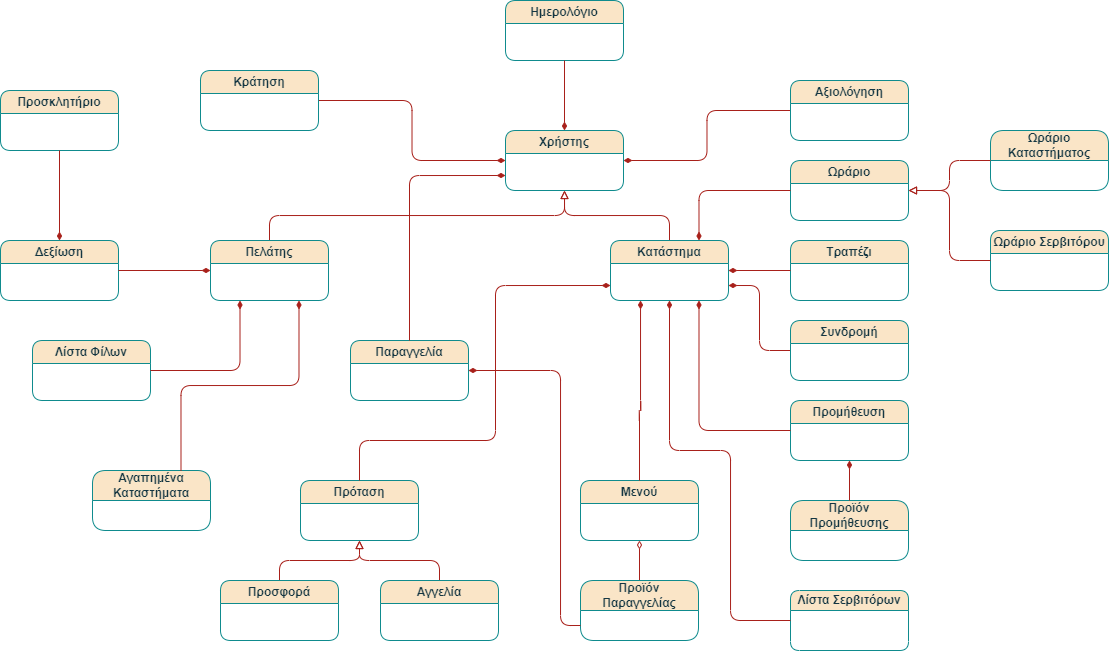
Before: documents/contributions/Domain_model_reasy.png, a diagram exported from draw.io (Mpooks/reasy). Source tidied: cells renumbered, new cells last; positions are measured from the earlier drawing's top-left corner, leaving out a move shared by most shapes.
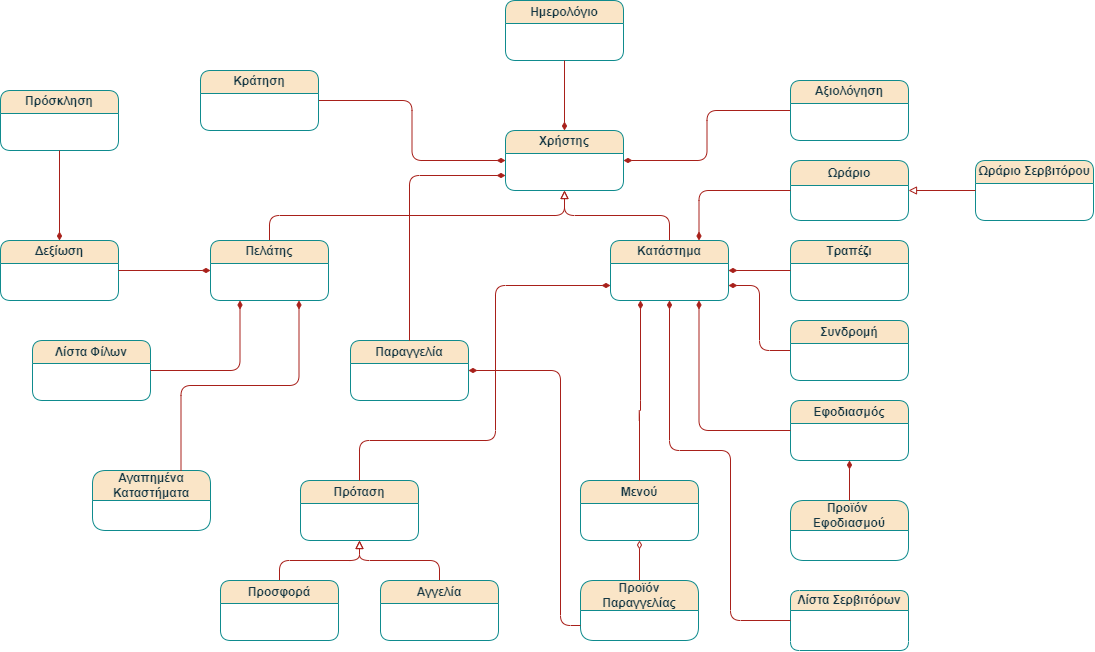
The same file after the commit.

Commit message:
Domain model v2

Diff of the diagram source:
```diff
@@ -41,7 +41,7 @@
     <mxCell id="14" value="Συνδρομή" style="swimlane;whiteSpace=wrap;html=1;labelBackgroundColor=none;rounded=1;fillColor=#FAE5C7;strokeColor=#0F8B8D;fontColor=#143642;" parent="1" vertex="1">
       <mxGeometry x="790" y="320" width="118" height="60" as="geometry" />
     </mxCell>
-    <mxCell id="15" value="Ωράριο" style="swimlane;whiteSpace=wrap;html=1;labelBackgroundColor=none;rounded=1;fillColor=#FAE5C7;strokeColor=#0F8B8D;fontColor=#143642;" parent="1" vertex="1">
+    <mxCell id="15" value="Ωράριο" style="swimlane;whiteSpace=wrap;html=1;labelBackgroundColor=none;rounded=1;fillColor=#FAE5C7;strokeColor=#0F8B8D;fontColor=#143642;startSize=25;" parent="1" vertex="1">
       <mxGeometry x="790" y="160" width="118" height="60" as="geometry" />
     </mxCell>
     <mxCell id="16" value="Τραπέζι" style="swimlane;whiteSpace=wrap;html=1;labelBackgroundColor=none;rounded=1;fillColor=#FAE5C7;strokeColor=#0F8B8D;fontColor=#143642;glass=0;" parent="1" vertex="1">
@@ -121,7 +121,7 @@
     <mxCell id="35" style="edgeStyle=orthogonalEdgeStyle;rounded=1;jettySize=auto;html=1;exitX=0.5;exitY=1;exitDx=0;exitDy=0;entryX=0.5;entryY=0;entryDx=0;entryDy=0;fontColor=default;endArrow=diamondThin;endFill=1;labelBackgroundColor=none;strokeColor=#A8201A;" parent="1" edge="1" source="34" target="4">
       <mxGeometry relative="1" as="geometry" />
     </mxCell>
-    <mxCell id="36" value="Προμήθευση" style="swimlane;whiteSpace=wrap;html=1;labelBackgroundColor=none;rounded=1;fillColor=#FAE5C7;strokeColor=#0F8B8D;fontColor=#143642;startSize=23;" parent="1" vertex="1">
+    <mxCell id="36" value="Εφοδιασμός" style="swimlane;whiteSpace=wrap;html=1;labelBackgroundColor=none;rounded=1;fillColor=#FAE5C7;strokeColor=#0F8B8D;fontColor=#143642;startSize=23;" parent="1" vertex="1">
       <mxGeometry x="790" y="400" width="118" height="60" as="geometry" />
     </mxCell>
     <mxCell id="37" style="edgeStyle=orthogonalEdgeStyle;rounded=1;jettySize=auto;html=1;exitX=0;exitY=0.5;exitDx=0;exitDy=0;fontColor=default;startFill=1;endArrow=diamondThin;endFill=1;labelBackgroundColor=none;entryX=0.75;entryY=1;entryDx=0;entryDy=0;strokeColor=#A8201A;" parent="1" edge="1" source="36" target="6">
@@ -130,7 +130,7 @@
     <mxCell id="38" style="edgeStyle=orthogonalEdgeStyle;rounded=1;jettySize=auto;html=1;exitX=0;exitY=0.5;exitDx=0;exitDy=0;fontColor=default;startFill=1;endArrow=diamondThin;endFill=1;labelBackgroundColor=none;entryX=0.75;entryY=0;entryDx=0;entryDy=0;strokeColor=#A8201A;" parent="1" edge="1" source="15" target="6">
       <mxGeometry relative="1" as="geometry" />
     </mxCell>
-    <mxCell id="39" value="Προϊόν Προμήθευσης" style="swimlane;whiteSpace=wrap;html=1;labelBackgroundColor=none;rounded=1;fillColor=#FAE5C7;strokeColor=#0F8B8D;fontColor=#143642;startSize=30;" parent="1" vertex="1">
+    <mxCell id="39" value="Προϊόν&amp;nbsp; Εφοδιασμού" style="swimlane;whiteSpace=wrap;html=1;labelBackgroundColor=none;rounded=1;fillColor=#FAE5C7;strokeColor=#0F8B8D;fontColor=#143642;startSize=30;" parent="1" vertex="1">
       <mxGeometry x="790" y="500" width="118" height="60" as="geometry" />
     </mxCell>
     <mxCell id="40" style="edgeStyle=orthogonalEdgeStyle;rounded=1;jettySize=auto;html=1;exitX=0.5;exitY=0;exitDx=0;exitDy=0;fontColor=default;startFill=1;endArrow=diamondThin;endFill=1;labelBackgroundColor=none;strokeColor=#A8201A;entryX=0.5;entryY=1;entryDx=0;entryDy=0;" parent="1" edge="1" source="39" target="36">
@@ -139,24 +139,18 @@
     <mxCell id="41" style="edgeStyle=orthogonalEdgeStyle;rounded=1;jettySize=auto;html=1;exitX=0.75;exitY=0;exitDx=0;exitDy=0;fontColor=default;startFill=1;endArrow=diamondThin;endFill=1;entryX=0.75;entryY=1;entryDx=0;entryDy=0;labelBackgroundColor=none;strokeColor=#A8201A;" parent="1" edge="1" source="22" target="5">
       <mxGeometry relative="1" as="geometry" />
     </mxCell>
-    <mxCell id="42" value="Προσκλητήριο" style="swimlane;whiteSpace=wrap;html=1;labelBackgroundColor=none;rounded=1;fillColor=#FAE5C7;strokeColor=#0F8B8D;fontColor=#143642;startSize=23;" parent="1" vertex="1">
+    <mxCell id="42" value="Πρόσκληση" style="swimlane;whiteSpace=wrap;html=1;labelBackgroundColor=none;rounded=1;fillColor=#FAE5C7;strokeColor=#0F8B8D;fontColor=#143642;startSize=23;" parent="1" vertex="1">
       <mxGeometry y="90" width="118" height="60" as="geometry" />
     </mxCell>
     <mxCell id="43" style="edgeStyle=orthogonalEdgeStyle;rounded=1;jettySize=auto;html=1;exitX=0.5;exitY=1;exitDx=0;exitDy=0;fontColor=default;startFill=1;endArrow=diamondThin;endFill=1;entryX=0.5;entryY=0;entryDx=0;entryDy=0;labelBackgroundColor=none;strokeColor=#A8201A;" parent="1" edge="1" source="42" target="30">
       <mxGeometry relative="1" as="geometry" />
     </mxCell>
-    <mxCell id="44" value="Ωράριο Καταστήματος" style="swimlane;whiteSpace=wrap;html=1;labelBackgroundColor=none;rounded=1;fillColor=#FAE5C7;strokeColor=#0F8B8D;fontColor=#143642;startSize=30;" parent="1" vertex="1">
-      <mxGeometry x="990" y="130" width="118" height="60" as="geometry" />
-    </mxCell>
     <mxCell id="45" value="Ωράριο Σερβιτόρου" style="swimlane;whiteSpace=wrap;html=1;labelBackgroundColor=none;rounded=1;fillColor=#FAE5C7;strokeColor=#0F8B8D;fontColor=#143642;" parent="1" vertex="1">
-      <mxGeometry x="990" y="230" width="118" height="60" as="geometry" />
+      <mxGeometry x="975" y="160" width="118" height="60" as="geometry" />
     </mxCell>
     <mxCell id="46" style="edgeStyle=orthogonalEdgeStyle;rounded=1;jettySize=auto;html=1;exitX=0;exitY=0.5;exitDx=0;exitDy=0;fontColor=default;startFill=1;endArrow=block;endFill=0;labelBackgroundColor=none;strokeColor=#A8201A;entryX=1;entryY=0.5;entryDx=0;entryDy=0;" parent="1" edge="1" source="45" target="15">
       <mxGeometry relative="1" as="geometry" />
     </mxCell>
-    <mxCell id="47" style="edgeStyle=orthogonalEdgeStyle;rounded=1;jettySize=auto;html=1;exitX=0;exitY=0.5;exitDx=0;exitDy=0;fontColor=default;endArrow=block;endFill=0;labelBackgroundColor=none;strokeColor=#A8201A;entryX=1;entryY=0.5;entryDx=0;entryDy=0;" parent="1" edge="1" source="44" target="15">
-      <mxGeometry relative="1" as="geometry" />
-    </mxCell>
     <mxCell id="48" value="Λίστα Σερβιτόρων" style="swimlane;whiteSpace=wrap;html=1;labelBackgroundColor=none;rounded=1;fillColor=#FAE5C7;strokeColor=#0F8B8D;fontColor=#143642;startSize=20;" parent="1" vertex="1">
       <mxGeometry x="790" y="590" width="118" height="60" as="geometry" />
     </mxCell>
```
